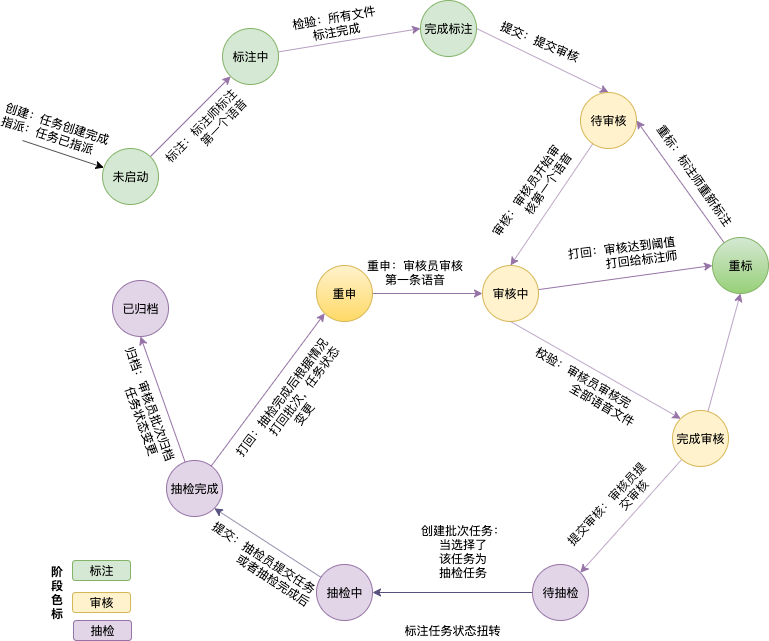
Earlier version of the draw.io export 标注状态转变图.png (gumuqi/draw.io). Source tidied: cells renumbered, new cells last; positions are measured from the earlier drawing's top-left corner, leaving out a move shared by most shapes.
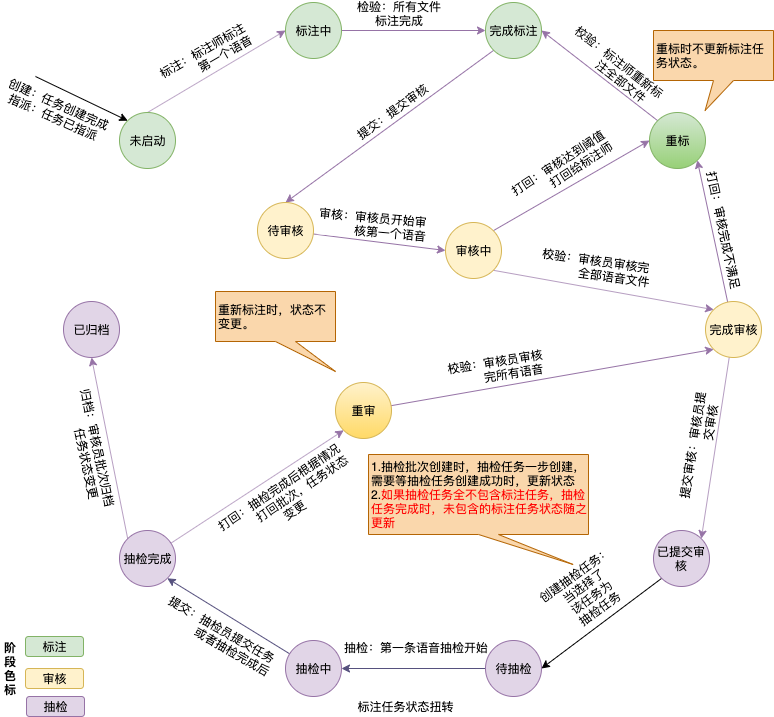
The same diagram one commit later.

Commit message:
已添加 标注状态转变图.png

Change to the diagram source:
```diff
@@ -2,108 +2,113 @@
   <root>
     <mxCell id="0" />
     <mxCell id="1" parent="0" />
-    <mxCell id="2" style="rounded=0;jettySize=auto;html=1;entryX=0;entryY=1;entryDx=0;entryDy=0;fillColor=#e1d5e7;strokeColor=#9673a6;" parent="1" edge="1" source="6" target="9">
+    <mxCell id="2" style="rounded=0;jettySize=auto;html=1;entryX=0;entryY=0.5;entryDx=0;entryDy=0;fillColor=#e1d5e7;strokeColor=#9673a6;exitX=0.5;exitY=0;exitDx=0;exitDy=0;" parent="1" edge="1" source="6" target="9">
       <mxGeometry relative="1" as="geometry" />
     </mxCell>
-    <mxCell id="3" value="标注：标注师标注&lt;br&gt;&amp;nbsp; &amp;nbsp; &amp;nbsp; &amp;nbsp; &amp;nbsp; &amp;nbsp;第一个语音" style="text;html=1;align=center;verticalAlign=middle;labelBackgroundColor=#ffffff;rotation=314;" parent="2" vertex="1">
+    <mxCell id="3" value="标注：标注师标注&lt;br&gt;&amp;nbsp; &amp;nbsp; &amp;nbsp; &amp;nbsp; &amp;nbsp; &amp;nbsp;第一个语音" style="text;html=1;align=center;verticalAlign=middle;labelBackgroundColor=#ffffff;rotation=330;" parent="2" vertex="1">
       <mxGeometry x="-0.02" y="2" relative="1" as="geometry">
-        <mxPoint x="17" y="15" as="offset" />
+        <mxPoint x="-9" y="-14" as="offset" />
       </mxGeometry>
     </mxCell>
-    <mxCell id="4" style="edgeStyle=none;rounded=0;jettySize=auto;html=1;startArrow=classic;startFill=1;endArrow=none;endFill=0;" parent="1" edge="1" source="6">
+    <mxCell id="4" style="edgeStyle=none;rounded=0;jettySize=auto;html=1;startArrow=classic;startFill=1;endArrow=none;endFill=0;exitX=0;exitY=0;exitDx=0;exitDy=0;" parent="1" edge="1" source="6">
       <mxGeometry relative="1" as="geometry">
-        <mxPoint y="140" as="targetPoint" />
+        <mxPoint x="60" as="targetPoint" />
       </mxGeometry>
     </mxCell>
-    <mxCell id="5" value="创建：任务创建完成&lt;br&gt;指派：任务已指派" style="text;html=1;align=left;verticalAlign=middle;labelBackgroundColor=#ffffff;rotation=18;" parent="4" vertex="1">
-      <mxGeometry x="0.33" y="-2" relative="1" as="geometry">
-        <mxPoint x="-48" y="-35" as="offset" />
+    <mxCell id="5" value="&lt;span style=&quot;text-align: left&quot;&gt;创建：任务创建完成&lt;/span&gt;&lt;br style=&quot;text-align: left&quot;&gt;&lt;span style=&quot;text-align: left&quot;&gt;指派：任务已指派&lt;/span&gt;" style="text;html=1;align=center;verticalAlign=middle;labelBackgroundColor=#ffffff;rotation=24;" parent="4" vertex="1">
+      <mxGeometry x="0.25" relative="1" as="geometry">
+        <mxPoint x="-13.5" y="16.5" as="offset" />
       </mxGeometry>
     </mxCell>
     <mxCell id="6" value="未启动" style="ellipse;whiteSpace=wrap;html=1;fillColor=#d5e8d4;strokeColor=#82b366;" parent="1" vertex="1">
-      <mxGeometry x="80" y="148" width="56" height="56" as="geometry" />
+      <mxGeometry x="144" y="36" width="56" height="56" as="geometry" />
     </mxCell>
     <mxCell id="7" style="rounded=0;jettySize=auto;html=1;entryX=0;entryY=0.5;entryDx=0;entryDy=0;fillColor=#e1d5e7;strokeColor=#9673a6;" parent="1" edge="1" source="9" target="12">
       <mxGeometry x="-0.17" y="42" relative="1" as="geometry" />
     </mxCell>
-    <mxCell id="8" value="&lt;span style=&quot;font-size: 11px&quot;&gt;检验：所有文件&lt;/span&gt;&lt;br style=&quot;font-size: 11px&quot;&gt;&lt;span style=&quot;font-size: 11px&quot;&gt;标注完成&lt;/span&gt;" style="text;html=1;align=center;verticalAlign=middle;labelBackgroundColor=#ffffff;rotation=350;" parent="7" vertex="1">
+    <mxCell id="8" value="&lt;span style=&quot;font-size: 11px&quot;&gt;检验：所有文件&lt;/span&gt;&lt;br style=&quot;font-size: 11px&quot;&gt;&lt;span style=&quot;font-size: 11px&quot;&gt;标注完成&lt;/span&gt;" style="text;html=1;align=center;verticalAlign=middle;labelBackgroundColor=#ffffff;rotation=0;direction=south;" parent="7" vertex="1">
       <mxGeometry x="-0.17" y="2" relative="1" as="geometry">
         <mxPoint x="-2.5" y="-16" as="offset" />
       </mxGeometry>
     </mxCell>
     <mxCell id="9" value="标注中" style="ellipse;whiteSpace=wrap;html=1;fillColor=#d5e8d4;strokeColor=#82b366;" parent="1" vertex="1">
-      <mxGeometry x="200" y="28" width="56" height="56" as="geometry" />
+      <mxGeometry x="310" y="-74" width="56" height="56" as="geometry" />
     </mxCell>
-    <mxCell id="10" style="rounded=0;jettySize=auto;html=1;exitX=1;exitY=0.5;exitDx=0;exitDy=0;entryX=0.5;entryY=0;entryDx=0;entryDy=0;fillColor=#e1d5e7;strokeColor=#9673a6;" parent="1" edge="1" source="12" target="15">
+    <mxCell id="10" style="rounded=0;jettySize=auto;html=1;exitX=0;exitY=1;exitDx=0;exitDy=0;entryX=0.5;entryY=0;entryDx=0;entryDy=0;fillColor=#e1d5e7;strokeColor=#9673a6;" parent="1" edge="1" source="12" target="15">
       <mxGeometry relative="1" as="geometry" />
     </mxCell>
-    <mxCell id="11" value="提交：提交审核" style="text;html=1;align=center;verticalAlign=middle;labelBackgroundColor=#ffffff;rotation=23;" parent="10" vertex="1">
+    <mxCell id="11" value="提交：提交审核" style="text;html=1;align=center;verticalAlign=middle;labelBackgroundColor=#ffffff;rotation=324;" parent="10" vertex="1">
       <mxGeometry x="-0.15" y="1" relative="1" as="geometry">
-        <mxPoint x="7" y="-14.5" as="offset" />
+        <mxPoint x="-13.5" y="-5" as="offset" />
       </mxGeometry>
     </mxCell>
     <mxCell id="12" value="完成标注" style="ellipse;whiteSpace=wrap;html=1;fillColor=#d5e8d4;strokeColor=#82b366;" parent="1" vertex="1">
-      <mxGeometry x="398" width="56" height="56" as="geometry" />
+      <mxGeometry x="510" y="-74" width="56" height="56" as="geometry" />
     </mxCell>
-    <mxCell id="13" style="rounded=0;jettySize=auto;html=1;entryX=0.5;entryY=0;entryDx=0;entryDy=0;fillColor=#e1d5e7;strokeColor=#9673a6;" parent="1" edge="1" source="15" target="20">
+    <mxCell id="13" style="rounded=0;jettySize=auto;html=1;entryX=0;entryY=0.5;entryDx=0;entryDy=0;fillColor=#e1d5e7;strokeColor=#9673a6;" parent="1" edge="1" source="15" target="20">
       <mxGeometry relative="1" as="geometry" />
     </mxCell>
-    <mxCell id="14" value="审核：审核员开始审&lt;br&gt;&amp;nbsp; &amp;nbsp; &amp;nbsp; &amp;nbsp; &amp;nbsp; &amp;nbsp;核第一个语音" style="text;html=1;align=center;verticalAlign=middle;labelBackgroundColor=#ffffff;rotation=305;" parent="13" vertex="1">
+    <mxCell id="14" value="审核：审核员开始审&lt;br&gt;&amp;nbsp; &amp;nbsp; &amp;nbsp; &amp;nbsp; &amp;nbsp; &amp;nbsp;核第一个语音" style="text;html=1;align=center;verticalAlign=middle;labelBackgroundColor=#ffffff;rotation=5;" parent="13" vertex="1">
       <mxGeometry x="0.08" y="-2" relative="1" as="geometry">
-        <mxPoint x="-15" y="-14.5" as="offset" />
+        <mxPoint x="-12" y="-20.5" as="offset" />
       </mxGeometry>
     </mxCell>
     <mxCell id="15" value="待审核" style="ellipse;whiteSpace=wrap;html=1;fillColor=#fff2cc;strokeColor=#d6b656;" parent="1" vertex="1">
-      <mxGeometry x="558" y="92" width="56" height="56" as="geometry" />
+      <mxGeometry x="282" y="126" width="56" height="56" as="geometry" />
     </mxCell>
-    <mxCell id="16" style="rounded=0;jettySize=auto;html=1;entryX=0;entryY=0.5;entryDx=0;entryDy=0;fillColor=#e1d5e7;strokeColor=#9673a6;" parent="1" edge="1" source="20" target="23">
+    <mxCell id="16" style="rounded=0;jettySize=auto;html=1;entryX=0;entryY=0.5;entryDx=0;entryDy=0;fillColor=#e1d5e7;strokeColor=#9673a6;exitX=1;exitY=0;exitDx=0;exitDy=0;" parent="1" edge="1" source="20" target="23">
       <mxGeometry relative="1" as="geometry" />
     </mxCell>
-    <mxCell id="17" value="打回：审核达到阈值&lt;br&gt;&amp;nbsp; &amp;nbsp; &amp;nbsp; &amp;nbsp; &amp;nbsp; &amp;nbsp;打回给标注师" style="text;html=1;align=center;verticalAlign=middle;labelBackgroundColor=#ffffff;rotation=353;" parent="16" vertex="1">
+    <mxCell id="17" value="打回：审核达到阈值&lt;br&gt;&amp;nbsp; &amp;nbsp; &amp;nbsp; &amp;nbsp; &amp;nbsp; &amp;nbsp;打回给标注师" style="text;html=1;align=center;verticalAlign=middle;labelBackgroundColor=#ffffff;rotation=327;" parent="16" vertex="1">
       <mxGeometry x="-0.45" relative="1" as="geometry">
-        <mxPoint x="35.5" y="-28.5" as="offset" />
+        <mxPoint x="25" y="-37.5" as="offset" />
       </mxGeometry>
     </mxCell>
-    <mxCell id="18" style="rounded=0;jettySize=auto;html=1;entryX=0;entryY=0;entryDx=0;entryDy=0;exitX=0.5;exitY=1;exitDx=0;exitDy=0;fillColor=#e1d5e7;strokeColor=#9673a6;" parent="1" edge="1" source="20" target="27">
+    <mxCell id="18" style="rounded=0;jettySize=auto;html=1;entryX=0;entryY=0;entryDx=0;entryDy=0;exitX=1;exitY=1;exitDx=0;exitDy=0;fillColor=#e1d5e7;strokeColor=#9673a6;" parent="1" edge="1" source="20" target="27">
       <mxGeometry relative="1" as="geometry" />
     </mxCell>
-    <mxCell id="19" value="校验：审核员审核完&lt;br&gt;&amp;nbsp; &amp;nbsp; &amp;nbsp; &amp;nbsp; &amp;nbsp; &amp;nbsp; &amp;nbsp; &amp;nbsp; &amp;nbsp; 全部语音文件" style="text;html=1;align=center;verticalAlign=middle;labelBackgroundColor=#ffffff;rotation=30;" parent="18" vertex="1">
+    <mxCell id="19" value="校验：审核员审核完&lt;br&gt;&amp;nbsp; &amp;nbsp; &amp;nbsp; &amp;nbsp; &amp;nbsp; &amp;nbsp; 全部语音文件" style="text;html=1;align=center;verticalAlign=middle;labelBackgroundColor=#ffffff;rotation=8;" parent="18" vertex="1">
       <mxGeometry x="-0.4" y="1" relative="1" as="geometry">
-        <mxPoint x="18.5" y="32.5" as="offset" />
+        <mxPoint x="35.5" y="-14" as="offset" />
       </mxGeometry>
     </mxCell>
     <mxCell id="20" value="审核中" style="ellipse;whiteSpace=wrap;html=1;fillColor=#fff2cc;strokeColor=#d6b656;" parent="1" vertex="1">
-      <mxGeometry x="460" y="265" width="56" height="56" as="geometry" />
+      <mxGeometry x="470" y="146" width="56" height="56" as="geometry" />
     </mxCell>
-    <mxCell id="21" style="rounded=0;jettySize=auto;html=1;entryX=1;entryY=0.5;entryDx=0;entryDy=0;elbow=vertical;fillColor=#e1d5e7;strokeColor=#9673a6;" parent="1" edge="1" source="23" target="15">
+    <mxCell id="21" style="rounded=0;jettySize=auto;html=1;entryX=1;entryY=0.5;entryDx=0;entryDy=0;elbow=vertical;fillColor=#e1d5e7;strokeColor=#9673a6;exitX=0;exitY=0;exitDx=0;exitDy=0;" parent="1" edge="1" source="23" target="12">
       <mxGeometry relative="1" as="geometry" />
     </mxCell>
-    <mxCell id="22" value="重标：标注师重新标注" style="text;html=1;align=center;verticalAlign=middle;labelBackgroundColor=#ffffff;rotation=55;" parent="21" vertex="1">
+    <mxCell id="22" value="校验：标注师重新标&lt;br&gt;&amp;nbsp; &amp;nbsp; &amp;nbsp; &amp;nbsp; 注全部文件" style="text;html=1;align=center;verticalAlign=middle;labelBackgroundColor=#ffffff;rotation=38;" parent="21" vertex="1">
       <mxGeometry x="-0.16" relative="1" as="geometry">
-        <mxPoint x="8" y="-17" as="offset" />
+        <mxPoint x="7" y="-16" as="offset" />
       </mxGeometry>
     </mxCell>
     <mxCell id="23" value="重标" style="ellipse;whiteSpace=wrap;html=1;fillColor=#d5e8d4;strokeColor=#82b366;gradientColor=#97d077;" parent="1" vertex="1">
-      <mxGeometry x="690" y="237" width="56" height="56" as="geometry" />
+      <mxGeometry x="674" y="36" width="56" height="56" as="geometry" />
     </mxCell>
-    <mxCell id="24" style="rounded=0;jettySize=auto;html=1;entryX=0.5;entryY=1;entryDx=0;entryDy=0;fillColor=#e1d5e7;strokeColor=#9673a6;" parent="1" edge="1" source="27" target="23">
+    <mxCell id="24" style="rounded=0;jettySize=auto;html=1;entryX=1;entryY=1;entryDx=0;entryDy=0;fillColor=#e1d5e7;strokeColor=#9673a6;" parent="1" edge="1" source="27" target="23">
       <mxGeometry relative="1" as="geometry" />
     </mxCell>
+    <mxCell id="49" value="打回：审核完成不满足" style="text;html=1;align=center;verticalAlign=middle;labelBackgroundColor=#ffffff;rotation=78;" parent="24" vertex="1">
+      <mxGeometry x="0.25" y="-1" relative="1" as="geometry">
+        <mxPoint x="15.5" y="16.5" as="offset" />
+      </mxGeometry>
+    </mxCell>
-    <mxCell id="25" style="rounded=0;jettySize=auto;html=1;fillColor=#e1d5e7;strokeColor=#9673a6;entryX=1;entryY=0;entryDx=0;entryDy=0;" parent="1" edge="1" source="27" target="40">
+    <mxCell id="25" style="rounded=0;jettySize=auto;html=1;fillColor=#e1d5e7;strokeColor=#9673a6;entryX=1;entryY=0;entryDx=0;entryDy=0;" parent="1" edge="1" source="27" target="52">
       <mxGeometry relative="1" as="geometry" />
     </mxCell>
-    <mxCell id="26" value="提交审核：审核员提&lt;br&gt;&amp;nbsp; &amp;nbsp; &amp;nbsp; &amp;nbsp; &amp;nbsp; &amp;nbsp; &amp;nbsp; &amp;nbsp;交审核" style="text;html=1;align=center;verticalAlign=middle;labelBackgroundColor=#ffffff;rotation=313;" parent="25" vertex="1">
+    <mxCell id="26" value="提交审核：审核员提&lt;br&gt;&amp;nbsp; &amp;nbsp; &amp;nbsp; &amp;nbsp; &amp;nbsp; &amp;nbsp; &amp;nbsp; &amp;nbsp;交审核" style="text;html=1;align=center;verticalAlign=middle;labelBackgroundColor=#ffffff;rotation=279;" parent="25" vertex="1">
       <mxGeometry x="0.18" relative="1" as="geometry">
-        <mxPoint x="-10.5" y="-17.5" as="offset" />
+        <mxPoint x="-13.5" y="-17.5" as="offset" />
       </mxGeometry>
     </mxCell>
     <mxCell id="27" value="完成审核" style="ellipse;whiteSpace=wrap;html=1;fillColor=#fff2cc;strokeColor=#d6b656;" parent="1" vertex="1">
-      <mxGeometry x="650" y="410" width="56" height="56" as="geometry" />
+      <mxGeometry x="730" y="225" width="56" height="56" as="geometry" />
     </mxCell>
-    <mxCell id="28" style="rounded=0;jettySize=auto;html=1;entryX=0.5;entryY=1;entryDx=0;entryDy=0;fillColor=#e1d5e7;strokeColor=#9673a6;" parent="1" edge="1" source="32" target="33">
+    <mxCell id="28" style="rounded=0;jettySize=auto;html=1;entryX=0.5;entryY=1;entryDx=0;entryDy=0;fillColor=#e1d5e7;strokeColor=#9673a6;exitX=0;exitY=0;exitDx=0;exitDy=0;" parent="1" edge="1" source="32" target="33">
       <mxGeometry relative="1" as="geometry" />
     </mxCell>
-    <mxCell id="29" value="归档：审核员批次归档&lt;br&gt;&amp;nbsp; &amp;nbsp; &amp;nbsp; &amp;nbsp; 任务状态变更" style="text;html=1;align=center;verticalAlign=middle;labelBackgroundColor=#ffffff;rotation=70;" parent="28" vertex="1">
+    <mxCell id="29" value="归档：审核员批次归档&lt;br&gt;&amp;nbsp; &amp;nbsp; &amp;nbsp; &amp;nbsp; 任务状态变更" style="text;html=1;align=center;verticalAlign=middle;labelBackgroundColor=#ffffff;rotation=78;" parent="28" vertex="1">
       <mxGeometry x="0.22" y="-1" relative="1" as="geometry">
         <mxPoint x="-14.5" y="20" as="offset" />
       </mxGeometry>
@@ -111,27 +116,27 @@
     <mxCell id="30" style="rounded=0;jettySize=auto;html=1;entryX=0;entryY=1;entryDx=0;entryDy=0;fillColor=#e1d5e7;strokeColor=#9673a6;" parent="1" edge="1" source="32" target="36">
       <mxGeometry relative="1" as="geometry" />
     </mxCell>
-    <mxCell id="31" value="打回：抽检完成后根据情况&lt;br&gt;&amp;nbsp; &amp;nbsp; &amp;nbsp; &amp;nbsp; &amp;nbsp; &amp;nbsp;打回批次，任务状态&lt;br&gt;变更" style="text;html=1;align=center;verticalAlign=middle;labelBackgroundColor=#ffffff;rotation=307;" parent="30" vertex="1">
+    <mxCell id="31" value="打回：抽检完成后根据情况&lt;br&gt;&amp;nbsp; &amp;nbsp; &amp;nbsp; &amp;nbsp; &amp;nbsp; &amp;nbsp;打回批次，任务状态&lt;br&gt;变更" style="text;html=1;align=center;verticalAlign=middle;labelBackgroundColor=#ffffff;rotation=326;" parent="30" vertex="1">
       <mxGeometry x="-0.48" y="1" relative="1" as="geometry">
-        <mxPoint x="53" y="-21" as="offset" />
+        <mxPoint x="72" y="-15" as="offset" />
       </mxGeometry>
     </mxCell>
     <mxCell id="32" value="抽检完成" style="ellipse;whiteSpace=wrap;html=1;fillColor=#e1d5e7;strokeColor=#9673a6;" parent="1" vertex="1">
-      <mxGeometry x="144" y="460" width="56" height="56" as="geometry" />
+      <mxGeometry x="144" y="454" width="56" height="56" as="geometry" />
     </mxCell>
     <mxCell id="33" value="已归档" style="ellipse;whiteSpace=wrap;html=1;fillColor=#e1d5e7;strokeColor=#9673a6;" parent="1" vertex="1">
-      <mxGeometry x="90" y="280" width="56" height="56" as="geometry" />
+      <mxGeometry x="88" y="225" width="56" height="56" as="geometry" />
     </mxCell>
-    <mxCell id="34" style="rounded=0;jettySize=auto;html=1;entryX=0;entryY=0.5;entryDx=0;entryDy=0;fillColor=#e1d5e7;strokeColor=#9673a6;" parent="1" edge="1" source="36" target="20">
+    <mxCell id="34" style="rounded=0;jettySize=auto;html=1;entryX=0;entryY=1;entryDx=0;entryDy=0;fillColor=#e1d5e7;strokeColor=#9673a6;" parent="1" edge="1" source="36" target="27">
       <mxGeometry relative="1" as="geometry" />
     </mxCell>
-    <mxCell id="35" value="重申：审核员审核&lt;br&gt;第一条语音" style="text;html=1;align=center;verticalAlign=middle;labelBackgroundColor=#ffffff;" parent="34" vertex="1">
+    <mxCell id="35" value="校验：审核员审核&lt;br&gt;&amp;nbsp; &amp;nbsp; &amp;nbsp; &amp;nbsp; &amp;nbsp; 完所有语音" style="text;html=1;align=center;verticalAlign=middle;labelBackgroundColor=#ffffff;rotation=351;" parent="34" vertex="1">
       <mxGeometry x="-0.41" y="2" relative="1" as="geometry">
         <mxPoint x="10.5" y="-19.5" as="offset" />
       </mxGeometry>
     </mxCell>
-    <mxCell id="36" value="重申" style="ellipse;whiteSpace=wrap;html=1;fillColor=#fff2cc;strokeColor=#d6b656;gradientColor=#ffd966;" parent="1" vertex="1">
-      <mxGeometry x="294" y="265" width="56" height="56" as="geometry" />
+    <mxCell id="36" value="重审" style="ellipse;whiteSpace=wrap;html=1;fillColor=#fff2cc;strokeColor=#d6b656;gradientColor=#ffd966;" parent="1" vertex="1">
+      <mxGeometry x="360" y="306" width="56" height="56" as="geometry" />
     </mxCell>
     <mxCell id="37" value="标注任务状态扭转" style="text;html=1;strokeColor=none;fillColor=none;align=center;verticalAlign=middle;whiteSpace=wrap;rounded=0;" parent="1" vertex="1">
       <mxGeometry x="380" y="620" width="100" height="20" as="geometry" />
@@ -139,9 +144,9 @@
     <mxCell id="38" style="edgeStyle=none;rounded=0;jettySize=auto;html=1;entryX=1;entryY=0.5;entryDx=0;entryDy=0;startArrow=none;startFill=0;endArrow=classic;endFill=1;fillColor=#d0cee2;strokeColor=#56517e;" parent="1" edge="1" source="40" target="43">
       <mxGeometry relative="1" as="geometry" />
     </mxCell>
-    <mxCell id="39" value="创建批次任务：&lt;br&gt;当选择了&lt;br&gt;该任务为&lt;br&gt;抽检任务" style="text;html=1;align=center;verticalAlign=middle;labelBackgroundColor=#ffffff;" parent="38" vertex="1">
+    <mxCell id="39" value="抽检：第一条语音抽检开始" style="text;html=1;align=center;verticalAlign=middle;labelBackgroundColor=#ffffff;" parent="38" vertex="1">
       <mxGeometry x="0.4" y="-1" relative="1" as="geometry">
-        <mxPoint x="42" y="-41" as="offset" />
+        <mxPoint x="31" y="-21" as="offset" />
       </mxGeometry>
     </mxCell>
     <mxCell id="40" value="待抽检" style="ellipse;whiteSpace=wrap;html=1;fillColor=#e1d5e7;strokeColor=#9673a6;" parent="1" vertex="1">
@@ -150,13 +155,13 @@
     <mxCell id="41" style="edgeStyle=none;rounded=0;jettySize=auto;html=1;entryX=1;entryY=1;entryDx=0;entryDy=0;startArrow=none;startFill=0;endArrow=classic;endFill=1;fillColor=#d0cee2;strokeColor=#56517e;" parent="1" edge="1" source="43" target="32">
       <mxGeometry relative="1" as="geometry" />
     </mxCell>
-    <mxCell id="42" value="提交：抽检员提交任务&lt;br&gt;&amp;nbsp; &amp;nbsp; &amp;nbsp; &amp;nbsp; &amp;nbsp; &amp;nbsp; &amp;nbsp;或者抽检完成后&amp;nbsp;" style="text;html=1;align=center;verticalAlign=middle;labelBackgroundColor=#ffffff;rotation=33;" parent="41" vertex="1">
+    <mxCell id="42" value="提交：抽检员提交任务&lt;br&gt;&amp;nbsp; &amp;nbsp; &amp;nbsp; &amp;nbsp; &amp;nbsp; &amp;nbsp; &amp;nbsp;或者抽检完成后&amp;nbsp;" style="text;html=1;align=center;verticalAlign=middle;labelBackgroundColor=#ffffff;rotation=30;" parent="41" vertex="1">
       <mxGeometry x="0.28" relative="1" as="geometry">
         <mxPoint x="7.5" y="29" as="offset" />
       </mxGeometry>
     </mxCell>
     <mxCell id="43" value="抽检中" style="ellipse;whiteSpace=wrap;html=1;fillColor=#e1d5e7;strokeColor=#9673a6;" parent="1" vertex="1">
-      <mxGeometry x="294" y="564" width="56" height="56" as="geometry" />
+      <mxGeometry x="310" y="564" width="56" height="56" as="geometry" />
     </mxCell>
     <mxCell id="44" style="edgeStyle=none;rounded=0;orthogonalLoop=1;jettySize=auto;html=1;exitX=1;exitY=0.5;exitDx=0;exitDy=0;startArrow=none;startFill=0;endArrow=classic;endFill=1;" parent="1" edge="1">
       <mxGeometry relative="1" as="geometry">
@@ -176,5 +181,25 @@
     <mxCell id="48" value="&lt;b&gt;&lt;span&gt;阶段色标&lt;/span&gt;&lt;/b&gt;" style="text;html=1;strokeColor=none;fillColor=none;align=center;verticalAlign=middle;whiteSpace=wrap;rounded=0;horizontal=0;rotation=90;fontStyle=0;" parent="1" vertex="1">
       <mxGeometry x="10" y="582" width="50" height="20" as="geometry" />
     </mxCell>
+    <mxCell id="50" style="rounded=0;jettySize=auto;html=1;entryX=1;entryY=0.5;entryDx=0;entryDy=0;exitX=0;exitY=1;exitDx=0;exitDy=0;" parent="1" edge="1" source="52" target="40">
+      <mxGeometry relative="1" as="geometry" />
+    </mxCell>
+    <mxCell id="51" value="创建抽检任务：&lt;br&gt;当选择了&lt;br&gt;该任务为&lt;br&gt;抽检任务" style="text;html=1;align=center;verticalAlign=middle;labelBackgroundColor=#ffffff;rotation=324;" parent="50" vertex="1">
+      <mxGeometry x="0.19" y="-3" relative="1" as="geometry">
+        <mxPoint x="-2" y="-38" as="offset" />
+      </mxGeometry>
+    </mxCell>
+    <mxCell id="52" value="已提交审核" style="ellipse;whiteSpace=wrap;html=1;fillColor=#e1d5e7;strokeColor=#9673a6;" parent="1" vertex="1">
+      <mxGeometry x="678" y="454" width="56" height="56" as="geometry" />
+    </mxCell>
+    <mxCell id="53" value="1.抽检批次创建时，抽检任务一步创建，需要等抽检任务创建成功时，更新状态&lt;br&gt;2.&lt;font color=&quot;#ff0000&quot;&gt;如果抽检任务全不包含标注任务，抽检任务完成时，未包含的标注任务状态随之更新&lt;/font&gt;" style="shape=callout;whiteSpace=wrap;html=1;perimeter=calloutPerimeter;position2=0.93;align=left;fillColor=#fad7ac;strokeColor=#b46504;" parent="1" vertex="1">
+      <mxGeometry x="393" y="378" width="220" height="110" as="geometry" />
+    </mxCell>
+    <mxCell id="54" value="重新标注时，状态不变更。" style="shape=callout;whiteSpace=wrap;html=1;perimeter=calloutPerimeter;align=left;position2=1;fillColor=#fad7ac;strokeColor=#b46504;" parent="1" vertex="1">
+      <mxGeometry x="240" y="215" width="120" height="80" as="geometry" />
+    </mxCell>
+    <mxCell id="55" value="重标时不更新标注任务状态。" style="shape=callout;whiteSpace=wrap;html=1;perimeter=calloutPerimeter;align=left;position2=0.43;fillColor=#fad7ac;strokeColor=#b46504;" parent="1" vertex="1">
+      <mxGeometry x="678" y="-46" width="120" height="80" as="geometry" />
+    </mxCell>
   </root>
 </mxGraphModel>
```
